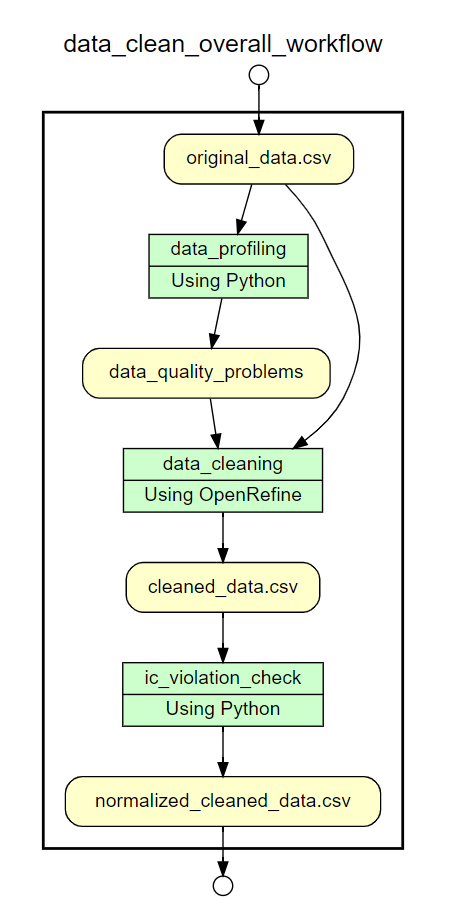
Above: workflows/overall_workflow.png in jsc723/cs513-proj (Graphviz), before the change. Its source is kept beside it as workflows/overall_workflow.dot.
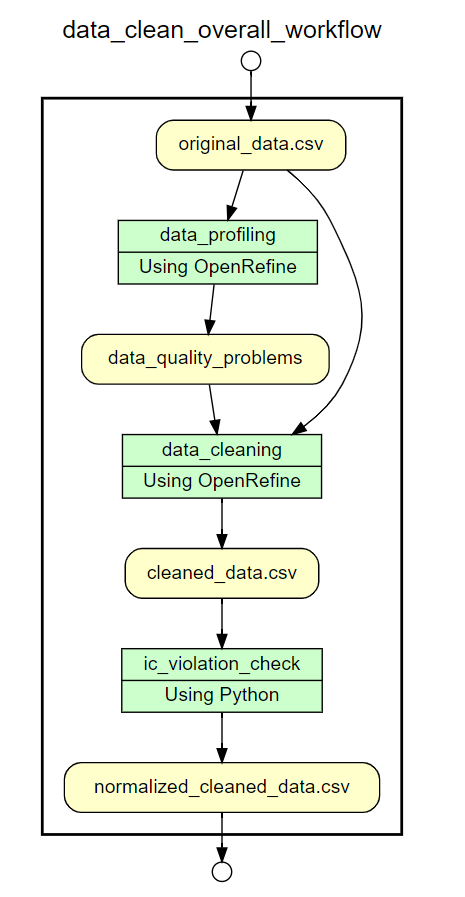
Above is the later version.

The edit, as a diff of the source:
```diff
@@ -14,7 +14,7 @@
 node[shape=box style=filled fillcolor="#CCFFCC" peripheries=1 fontname=Helvetica]
 
 /* Nodes representing atomic programs in workflow */
-data_profiling [shape=record rankdir=LR label="{<f0> data_profiling |<f1> Using Python}"];
+data_profiling [shape=record rankdir=LR label="{<f0> data_profiling |<f1> Using OpenRefine}"];
 data_cleaning [shape=record rankdir=LR label="{<f0> data_cleaning |<f1> Using OpenRefine}"];
 ic_violation_check [shape=record rankdir=LR label="{<f0> ic_violation_check |<f1> Using Python}"];
 
```
